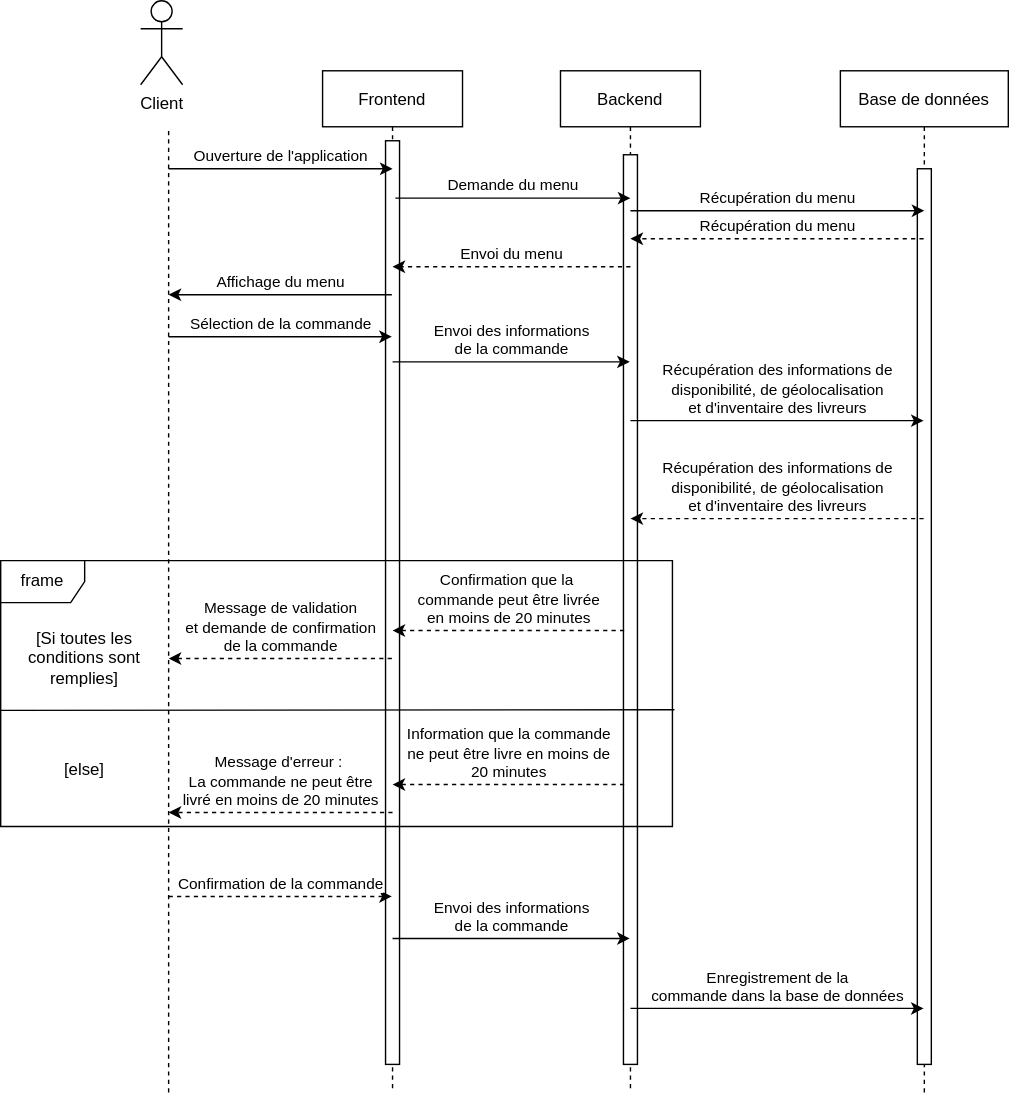
Earlier version of the draw.io export sequence_diagrams/creation_commande.drawio.svg (TheoBernard97/ExpressFood). Source tidied: cells renumbered, new cells last; positions are measured from the earlier drawing's top-left corner, leaving out a move shared by most shapes.
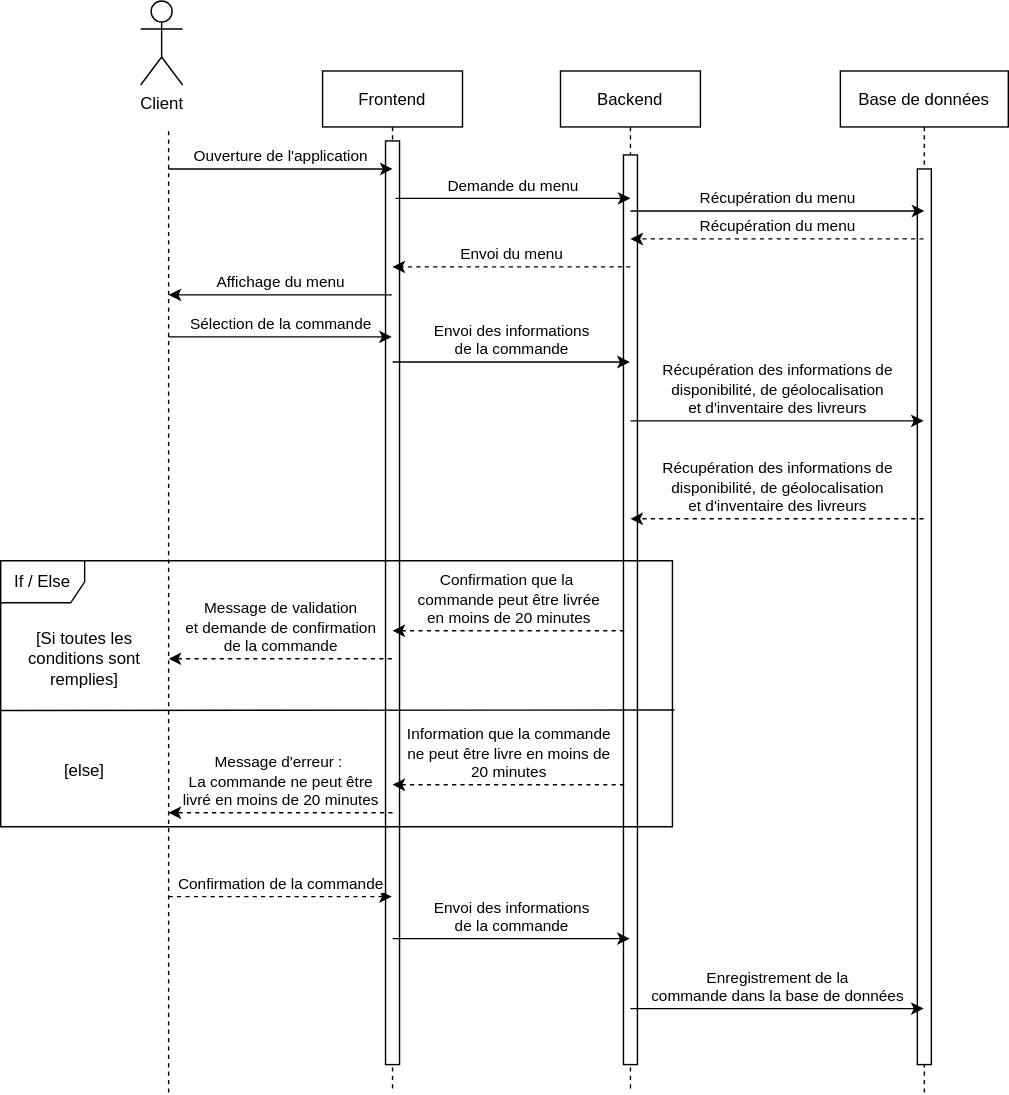
The same diagram one commit later.

Commit message:
Complete update daily meal diagram + command creation diagram

Change to the diagram source:
```diff
@@ -90,7 +90,7 @@
         </Array>
       </mxGeometry>
     </mxCell>
-    <mxCell id="19" value="frame" style="shape=umlFrame;whiteSpace=wrap;html=1;" parent="1" vertex="1">
+    <mxCell id="19" value="If / Else" style="shape=umlFrame;whiteSpace=wrap;html=1;" parent="1" vertex="1">
       <mxGeometry y="400" width="480" height="190" as="geometry" />
     </mxCell>
     <mxCell id="20" style="endArrow=none;html=1;rounded=0;strokeColor=default;exitX=1.003;exitY=0.561;exitDx=0;exitDy=0;exitPerimeter=0;" parent="1" edge="1" source="19">
```
